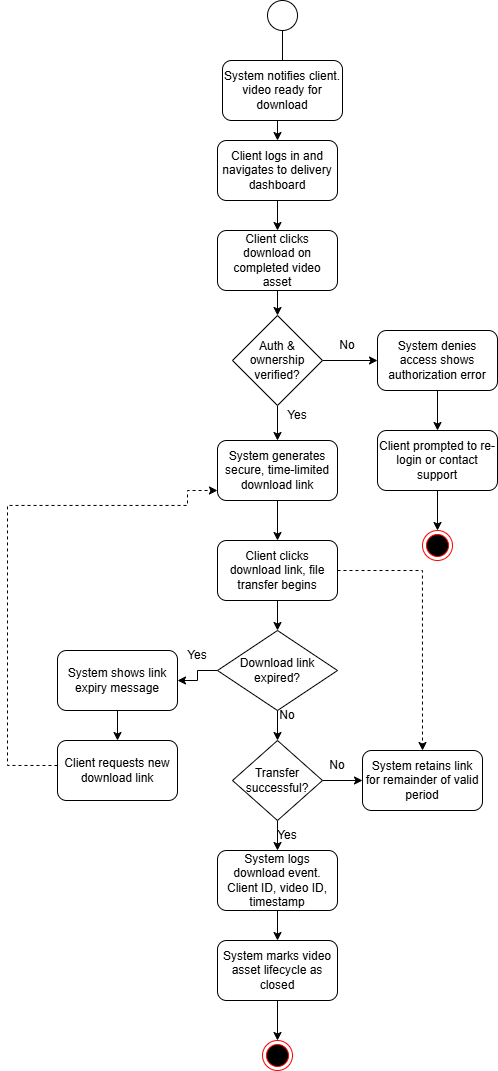
This is src/diagrams/Final delivery download.png from seng31242-FlowRoute-2026/documents, a draw.io export, as it was before one commit. Source tidied: cells renumbered, new cells last; positions are measured from the earlier drawing's top-left corner, leaving out a move shared by most shapes.
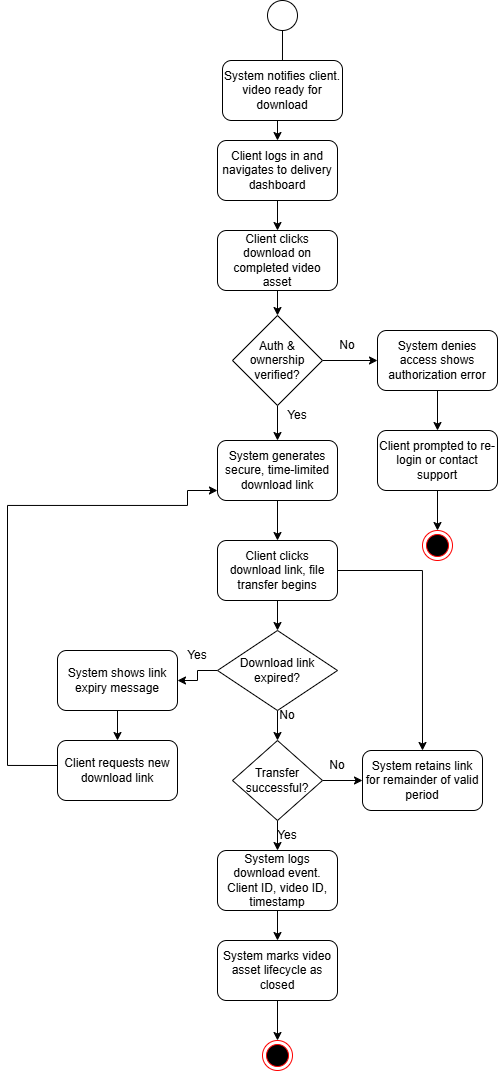
The same file after the commit.

Commit message:
Update Final Delivery Download diagram

Diff of the diagram source:
```diff
@@ -53,7 +53,7 @@
     <mxCell id="18" style="edgeStyle=orthogonalEdgeStyle;rounded=0;jettySize=auto;html=1;" parent="1" edge="1" source="20" target="23">
       <mxGeometry relative="1" as="geometry" />
     </mxCell>
-    <mxCell id="19" style="edgeStyle=orthogonalEdgeStyle;rounded=0;jettySize=auto;html=1;entryX=0.5;entryY=0;entryDx=0;entryDy=0;dashed=1;" parent="1" edge="1" source="20" target="27">
+    <mxCell id="19" style="edgeStyle=orthogonalEdgeStyle;rounded=0;jettySize=auto;html=1;entryX=0.5;entryY=0;entryDx=0;entryDy=0;" parent="1" edge="1" source="20" target="27">
       <mxGeometry relative="1" as="geometry" />
     </mxCell>
     <mxCell id="20" value="Client clicks download link, file transfer begins" style="rounded=1;whiteSpace=wrap;html=1;" parent="1" vertex="1">
@@ -98,7 +98,7 @@
     <mxCell id="33" value="System shows link expiry message" style="rounded=1;whiteSpace=wrap;html=1;" parent="1" vertex="1">
       <mxGeometry x="50" y="650" width="120" height="60" as="geometry" />
     </mxCell>
-    <mxCell id="34" style="edgeStyle=orthogonalEdgeStyle;rounded=0;orthogonalLoop=1;jettySize=auto;html=1;curved=0;endArrow=classic;endFill=1;entryX=0;entryY=0.75;entryDx=0;entryDy=0;dashed=1;" parent="1" edge="1">
+    <mxCell id="34" style="edgeStyle=orthogonalEdgeStyle;rounded=0;orthogonalLoop=1;jettySize=auto;html=1;curved=0;endArrow=classic;endFill=1;entryX=0;entryY=0.75;entryDx=0;entryDy=0;" parent="1" edge="1">
       <mxGeometry relative="1" as="geometry">
         <mxPoint x="50" y="765" as="sourcePoint" />
         <mxPoint x="210" y="490" as="targetPoint" />
```
